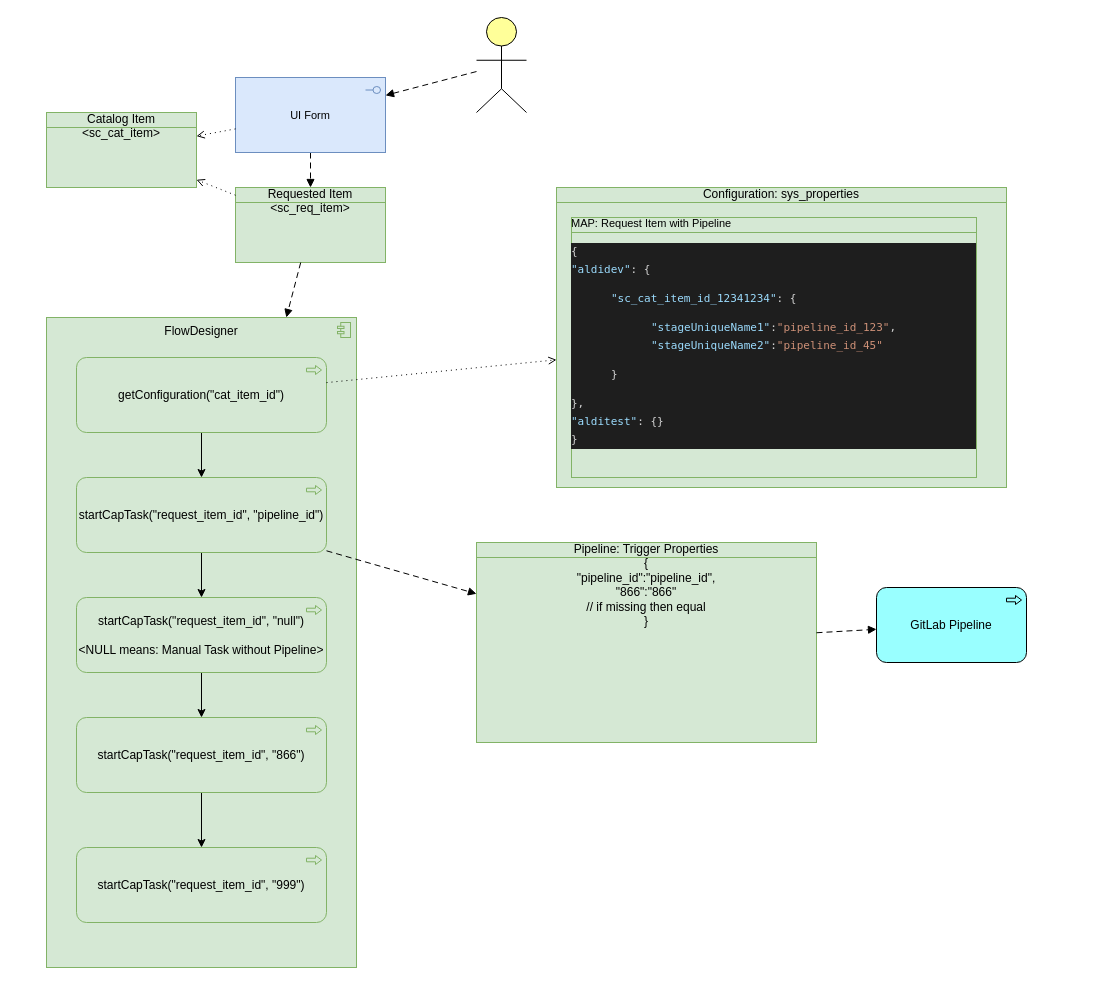
Above: aldiCap.drawio in algimas/tmp (draw.io), before the change. Source tidied: cells renumbered, new cells numbered last; positions are measured from the earlier drawing's top-left corner, leaving out a move shared by most shapes. Both pictures are drawn from the tidied source at 100%, with x=0, y=0 at pixel (46, 17).
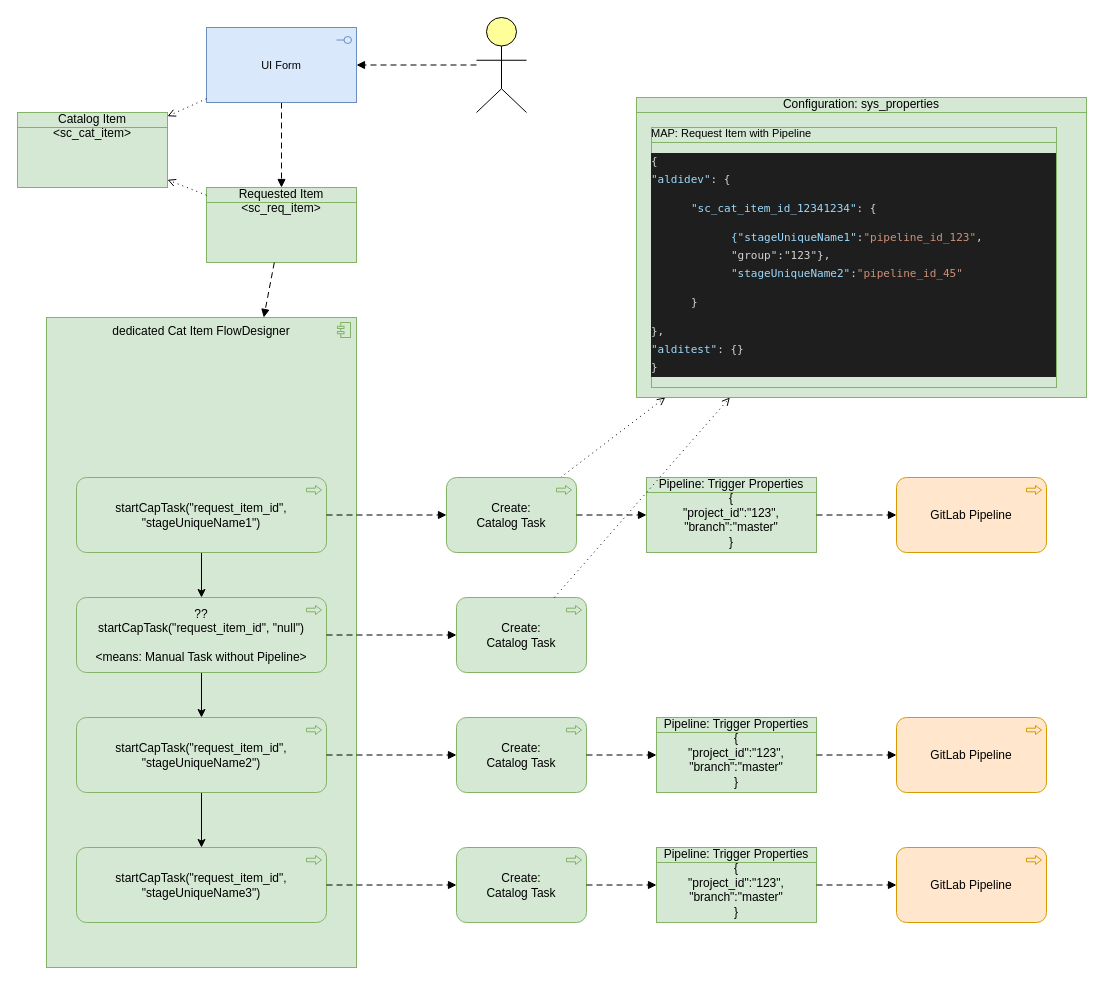
The same page after the edit.

The edit, as a diff of the source:
```diff
@@
-    <mxCell id="2" value="FlowDesigner" style="html=1;outlineConnect=0;whiteSpace=wrap;fillColor=#d5e8d4;shape=mxgraph.archimate3.application;appType=comp;archiType=square;verticalAlign=top;strokeColor=#82b366;" parent="1" vertex="1">
+    <mxCell id="2" value="dedicated Cat Item FlowDesigner" style="html=1;outlineConnect=0;whiteSpace=wrap;fillColor=#d5e8d4;shape=mxgraph.archimate3.application;appType=comp;archiType=square;verticalAlign=top;strokeColor=#82b366;" parent="1" vertex="1">
       <mxGeometry y="300" width="310" height="650" as="geometry" />
     </mxCell>
     <mxCell id="3" value="Requested Item &amp;lt;sc_req_item&amp;gt;" style="html=1;outlineConnect=0;whiteSpace=wrap;fillColor=#d5e8d4;shape=mxgraph.archimate3.businessObject;overflow=fill;strokeColor=#82b366;" parent="1" vertex="1">
-      <mxGeometry x="189" y="170" width="150" height="75" as="geometry" />
+      <mxGeometry x="160" y="170" width="150" height="75" as="geometry" />
     </mxCell>
@@
     <mxCell id="5" value="Configuration: sys_properties" style="html=1;outlineConnect=0;whiteSpace=wrap;fillColor=#d5e8d4;shape=mxgraph.archimate3.businessObject;overflow=fill;strokeColor=#82b366;" parent="1" vertex="1">
-      <mxGeometry x="510" y="170" width="450" height="300" as="geometry" />
+      <mxGeometry x="590" y="80" width="450" height="300" as="geometry" />
     </mxCell>
-    <mxCell id="6" value="&lt;div style=&quot;font-size: 11px&quot;&gt;&lt;font style=&quot;font-size: 11px&quot;&gt;MAP: Request Item with Pipeline&lt;br&gt;&lt;/font&gt;&lt;/div&gt;&lt;div style=&quot;font-size: 11px&quot;&gt;&lt;font style=&quot;font-size: 11px&quot;&gt;&lt;br&gt;&lt;/font&gt;&lt;/div&gt;&lt;div style=&quot;color: rgb(212 , 212 , 212) ; background-color: rgb(30 , 30 , 30) ; font-family: &amp;#34;menlo&amp;#34; , &amp;#34;monaco&amp;#34; , &amp;#34;courier new&amp;#34; , monospace ; font-weight: normal ; font-size: 11px ; line-height: 18px&quot;&gt;&lt;div&gt;&lt;font style=&quot;font-size: 11px&quot;&gt;&lt;span style=&quot;color: #d4d4d4&quot;&gt;{&lt;/span&gt;&lt;/font&gt;&lt;/div&gt;&lt;div&gt;&lt;font style=&quot;font-size: 11px&quot;&gt;&lt;span style=&quot;color: #d4d4d4&quot;&gt;    &lt;/span&gt;&lt;span style=&quot;color: #9cdcfe&quot;&gt;&quot;aldidev&quot;&lt;/span&gt;&lt;span style=&quot;color: #d4d4d4&quot;&gt;: {&lt;/span&gt;&lt;/font&gt;&lt;/div&gt;&lt;blockquote&gt;&lt;div&gt;&lt;font style=&quot;font-size: 11px&quot;&gt;&lt;span style=&quot;color: #d4d4d4&quot;&gt;        &lt;/span&gt;&lt;span style=&quot;color: #9cdcfe&quot;&gt;&quot;sc_cat_item_id_12341234&quot;&lt;/span&gt;&lt;span style=&quot;color: #d4d4d4&quot;&gt;: {&lt;/span&gt;&lt;/font&gt;&lt;/div&gt;&lt;blockquote&gt;&lt;div&gt;&lt;font style=&quot;font-size: 11px&quot;&gt;&lt;span style=&quot;color: #d4d4d4&quot;&gt;            &lt;/span&gt;&lt;span style=&quot;color: #9cdcfe&quot;&gt;&quot;stageUniqueName1&quot;&lt;/span&gt;&lt;span style=&quot;color: #d4d4d4&quot;&gt;:&lt;/span&gt;&lt;span style=&quot;color: #ce9178&quot;&gt;&quot;pipeline_id_123&quot;&lt;/span&gt;&lt;span style=&quot;color: #d4d4d4&quot;&gt;,&lt;/span&gt;&lt;/font&gt;&lt;/div&gt;&lt;div&gt;&lt;font style=&quot;font-size: 11px&quot;&gt;&lt;span style=&quot;color: #d4d4d4&quot;&gt;            &lt;/span&gt;&lt;span style=&quot;color: #9cdcfe&quot;&gt;&quot;stageUniqueName2&quot;&lt;/span&gt;&lt;span style=&quot;color: #d4d4d4&quot;&gt;:&lt;/span&gt;&lt;span style=&quot;color: #ce9178&quot;&gt;&quot;pipeline_id_45&quot;&lt;/span&gt;&lt;/font&gt;&lt;/div&gt;&lt;/blockquote&gt;&lt;div&gt;&lt;font style=&quot;font-size: 11px&quot;&gt;&lt;span style=&quot;color: #d4d4d4&quot;&gt;        }&lt;/span&gt;&lt;/font&gt;&lt;/div&gt;&lt;/blockquote&gt;&lt;div&gt;&lt;font style=&quot;font-size: 11px&quot;&gt;&lt;span style=&quot;color: #d4d4d4&quot;&gt;    },&lt;/span&gt;&lt;/font&gt;&lt;/div&gt;&lt;div&gt;&lt;font style=&quot;font-size: 11px&quot;&gt;&lt;span style=&quot;color: #d4d4d4&quot;&gt;    &lt;/span&gt;&lt;span style=&quot;color: #9cdcfe&quot;&gt;&quot;alditest&quot;&lt;/span&gt;&lt;span style=&quot;color: #d4d4d4&quot;&gt;: {}&lt;/span&gt;&lt;/font&gt;&lt;/div&gt;&lt;div&gt;&lt;font style=&quot;font-size: 11px&quot;&gt;&lt;span style=&quot;color: #d4d4d4&quot;&gt;}&lt;/span&gt;&lt;/font&gt;&lt;/div&gt;&lt;/div&gt;" style="html=1;fillColor=#d5e8d4;shape=mxgraph.archimate3.businessObject;overflow=fill;strokeColor=#82b366;whiteSpace=wrap;align=left;" parent="1" vertex="1">
-      <mxGeometry x="525" y="200" width="405" height="260" as="geometry" />
+    <mxCell id="6" value="&lt;div style=&quot;font-size: 11px&quot;&gt;&lt;font style=&quot;font-size: 11px&quot;&gt;MAP: Request Item with Pipeline&lt;br&gt;&lt;/font&gt;&lt;/div&gt;&lt;div style=&quot;font-size: 11px&quot;&gt;&lt;font style=&quot;font-size: 11px&quot;&gt;&lt;br&gt;&lt;/font&gt;&lt;/div&gt;&lt;div style=&quot;color: rgb(212 , 212 , 212) ; background-color: rgb(30 , 30 , 30) ; font-family: &amp;#34;menlo&amp;#34; , &amp;#34;monaco&amp;#34; , &amp;#34;courier new&amp;#34; , monospace ; font-weight: normal ; font-size: 11px ; line-height: 18px&quot;&gt;&lt;div&gt;&lt;font style=&quot;font-size: 11px&quot;&gt;&lt;span style=&quot;color: #d4d4d4&quot;&gt;{&lt;/span&gt;&lt;/font&gt;&lt;/div&gt;&lt;div&gt;&lt;font style=&quot;font-size: 11px&quot;&gt;&lt;span style=&quot;color: #d4d4d4&quot;&gt;    &lt;/span&gt;&lt;span style=&quot;color: #9cdcfe&quot;&gt;&quot;aldidev&quot;&lt;/span&gt;&lt;span style=&quot;color: #d4d4d4&quot;&gt;: {&lt;/span&gt;&lt;/font&gt;&lt;/div&gt;&lt;blockquote&gt;&lt;div&gt;&lt;font style=&quot;font-size: 11px&quot;&gt;&lt;span style=&quot;color: #d4d4d4&quot;&gt;        &lt;/span&gt;&lt;span style=&quot;color: #9cdcfe&quot;&gt;&quot;sc_cat_item_id_12341234&quot;&lt;/span&gt;&lt;span style=&quot;color: #d4d4d4&quot;&gt;: {&lt;/span&gt;&lt;/font&gt;&lt;/div&gt;&lt;blockquote&gt;&lt;div&gt;&lt;font style=&quot;font-size: 11px&quot;&gt;&lt;span style=&quot;color: #d4d4d4&quot;&gt;            &lt;/span&gt;&lt;span style=&quot;color: #9cdcfe&quot;&gt;{&quot;stageUniqueName1&quot;&lt;/span&gt;&lt;span style=&quot;color: #d4d4d4&quot;&gt;:&lt;/span&gt;&lt;span style=&quot;color: #ce9178&quot;&gt;&quot;pipeline_id_123&quot;&lt;/span&gt;&lt;span style=&quot;color: #d4d4d4&quot;&gt;, &quot;group&quot;:&quot;123&quot;},&lt;br&gt;&lt;/span&gt;&lt;/font&gt;&lt;/div&gt;&lt;div&gt;&lt;font style=&quot;font-size: 11px&quot;&gt;&lt;span style=&quot;color: #d4d4d4&quot;&gt;            &lt;/span&gt;&lt;span style=&quot;color: #9cdcfe&quot;&gt;&quot;stageUniqueName2&quot;&lt;/span&gt;&lt;span style=&quot;color: #d4d4d4&quot;&gt;:&lt;/span&gt;&lt;span style=&quot;color: #ce9178&quot;&gt;&quot;pipeline_id_45&quot;&lt;/span&gt;&lt;/font&gt;&lt;/div&gt;&lt;/blockquote&gt;&lt;div&gt;&lt;font style=&quot;font-size: 11px&quot;&gt;&lt;span style=&quot;color: #d4d4d4&quot;&gt;        }&lt;/span&gt;&lt;/font&gt;&lt;/div&gt;&lt;/blockquote&gt;&lt;div&gt;&lt;font style=&quot;font-size: 11px&quot;&gt;&lt;span style=&quot;color: #d4d4d4&quot;&gt;    },&lt;/span&gt;&lt;/font&gt;&lt;/div&gt;&lt;div&gt;&lt;font style=&quot;font-size: 11px&quot;&gt;&lt;span style=&quot;color: #d4d4d4&quot;&gt;    &lt;/span&gt;&lt;span style=&quot;color: #9cdcfe&quot;&gt;&quot;alditest&quot;&lt;/span&gt;&lt;span style=&quot;color: #d4d4d4&quot;&gt;: {}&lt;/span&gt;&lt;/font&gt;&lt;/div&gt;&lt;div&gt;&lt;font style=&quot;font-size: 11px&quot;&gt;&lt;span style=&quot;color: #d4d4d4&quot;&gt;}&lt;/span&gt;&lt;/font&gt;&lt;/div&gt;&lt;/div&gt;" style="html=1;fillColor=#d5e8d4;shape=mxgraph.archimate3.businessObject;overflow=fill;strokeColor=#82b366;whiteSpace=wrap;align=left;" parent="1" vertex="1">
+      <mxGeometry x="605" y="110" width="405" height="260" as="geometry" />
     </mxCell>
-    <mxCell id="7" value="&lt;div&gt;Pipeline: Trigger Properties &lt;br&gt;&lt;/div&gt;&lt;div&gt;{ &lt;br&gt;&lt;/div&gt;&lt;div&gt;&quot;pipeline_id&quot;:&quot;pipeline_id&quot;,&lt;br&gt;&lt;/div&gt;&lt;div&gt;&quot;866&quot;:&quot;866&quot;&lt;/div&gt;&lt;div&gt;// if missing then equal&lt;br&gt;&lt;/div&gt;&lt;div&gt;}&lt;br&gt;&lt;/div&gt;" style="html=1;outlineConnect=0;whiteSpace=wrap;fillColor=#d5e8d4;shape=mxgraph.archimate3.businessObject;overflow=fill;strokeColor=#82b366;" parent="1" vertex="1">
-      <mxGeometry x="430" y="525" width="340" height="200" as="geometry" />
+    <mxCell id="7" value="&lt;div&gt;Pipeline: Trigger Properties &lt;br&gt;&lt;/div&gt;&lt;div&gt;{&lt;/div&gt;&lt;div&gt;&quot;project_id&quot;:&quot;123&quot;,&lt;/div&gt;&lt;div&gt;&quot;branch&quot;:&quot;master&quot;&lt;br&gt;&lt;/div&gt;&lt;div&gt;}&lt;br&gt;&lt;/div&gt;" style="html=1;outlineConnect=0;whiteSpace=wrap;fillColor=#d5e8d4;shape=mxgraph.archimate3.businessObject;overflow=fill;strokeColor=#82b366;" parent="1" vertex="1">
+      <mxGeometry x="600" y="460" width="170" height="75" as="geometry" />
     </mxCell>
@@
-    <mxCell id="9" value="startCapTask(&quot;request_item_id&quot;, &quot;pipeline_id&quot;)" style="html=1;outlineConnect=0;whiteSpace=wrap;fillColor=#d5e8d4;shape=mxgraph.archimate3.application;appType=proc;archiType=rounded;strokeColor=#82b366;" parent="1" vertex="1">
+    <mxCell id="9" value="startCapTask(&quot;request_item_id&quot;, &quot;stageUniqueName1&quot;)" style="html=1;outlineConnect=0;whiteSpace=wrap;fillColor=#d5e8d4;shape=mxgraph.archimate3.application;appType=proc;archiType=rounded;strokeColor=#82b366;" parent="1" vertex="1">
       <mxGeometry x="30" y="460" width="250" height="75" as="geometry" />
     </mxCell>
@@
-    <mxCell id="11" value="&lt;div&gt;startCapTask(&quot;request_item_id&quot;, &quot;null&quot;)&lt;/div&gt;&lt;div&gt;&lt;br&gt;&lt;/div&gt;&lt;div&gt;&amp;lt;NULL means: Manual Task without Pipeline&amp;gt;&lt;br&gt;&lt;/div&gt;" style="html=1;outlineConnect=0;whiteSpace=wrap;fillColor=#d5e8d4;shape=mxgraph.archimate3.application;appType=proc;archiType=rounded;strokeColor=#82b366;" parent="1" vertex="1">
+    <mxCell id="11" value="??&lt;div&gt;startCapTask(&quot;request_item_id&quot;, &quot;null&quot;)&lt;/div&gt;&lt;div&gt;&lt;br&gt;&lt;/div&gt;&lt;div&gt;&amp;lt;means: Manual Task without Pipeline&amp;gt;&lt;br&gt;&lt;/div&gt;" style="html=1;outlineConnect=0;whiteSpace=wrap;fillColor=#d5e8d4;shape=mxgraph.archimate3.application;appType=proc;archiType=rounded;strokeColor=#82b366;" parent="1" vertex="1">
       <mxGeometry x="30" y="580" width="250" height="75" as="geometry" />
     </mxCell>
@@
-    <mxCell id="13" value="startCapTask(&quot;request_item_id&quot;, &quot;866&quot;)" style="html=1;outlineConnect=0;whiteSpace=wrap;fillColor=#d5e8d4;shape=mxgraph.archimate3.application;appType=proc;archiType=rounded;strokeColor=#82b366;" parent="1" vertex="1">
+    <mxCell id="13" value="startCapTask(&quot;request_item_id&quot;, &quot;stageUniqueName2&quot;)" style="html=1;outlineConnect=0;whiteSpace=wrap;fillColor=#d5e8d4;shape=mxgraph.archimate3.application;appType=proc;archiType=rounded;strokeColor=#82b366;" parent="1" vertex="1">
       <mxGeometry x="30" y="700" width="250" height="75" as="geometry" />
     </mxCell>
-    <mxCell id="14" value="startCapTask(&quot;request_item_id&quot;, &quot;999&quot;)" style="html=1;outlineConnect=0;whiteSpace=wrap;fillColor=#d5e8d4;shape=mxgraph.archimate3.application;appType=proc;archiType=rounded;strokeColor=#82b366;" parent="1" vertex="1">
+    <mxCell id="14" value="startCapTask(&quot;request_item_id&quot;, &quot;stageUniqueName3&quot;)" style="html=1;outlineConnect=0;whiteSpace=wrap;fillColor=#d5e8d4;shape=mxgraph.archimate3.application;appType=proc;archiType=rounded;strokeColor=#82b366;" parent="1" vertex="1">
       <mxGeometry x="30" y="830" width="250" height="75" as="geometry" />
     </mxCell>
     <mxCell id="15" value="&lt;div&gt;Catalog Item &lt;br&gt;&lt;/div&gt;&lt;div&gt;&amp;lt;sc_cat_item&amp;gt;&lt;/div&gt;" style="html=1;outlineConnect=0;whiteSpace=wrap;fillColor=#d5e8d4;shape=mxgraph.archimate3.businessObject;overflow=fill;strokeColor=#82b366;" parent="1" vertex="1">
-      <mxGeometry y="95" width="150" height="75" as="geometry" />
+      <mxGeometry x="-29" y="95" width="150" height="75" as="geometry" />
     </mxCell>
@@
-    <mxCell id="19" style="edgeStyle=none;rounded=0;jettySize=auto;html=1;fontSize=11;" parent="1" edge="1" source="20" target="9">
-      <mxGeometry relative="1" as="geometry" />
-    </mxCell>
-    <mxCell id="20" value="getConfiguration(&quot;cat_item_id&quot;)" style="html=1;outlineConnect=0;whiteSpace=wrap;fillColor=#d5e8d4;shape=mxgraph.archimate3.application;appType=proc;archiType=rounded;strokeColor=#82b366;" parent="1" vertex="1">
-      <mxGeometry x="30" y="340" width="250" height="75" as="geometry" />
-    </mxCell>
-    <mxCell id="21" value="GitLab Pipeline" style="html=1;outlineConnect=0;whiteSpace=wrap;fillColor=#99ffff;shape=mxgraph.archimate3.application;appType=proc;archiType=rounded;" parent="1" vertex="1">
-      <mxGeometry x="830" y="570" width="150" height="75" as="geometry" />
+    <mxCell id="21" value="GitLab Pipeline" style="html=1;outlineConnect=0;whiteSpace=wrap;fillColor=#ffe6cc;shape=mxgraph.archimate3.application;appType=proc;archiType=rounded;strokeColor=#d79b00;" parent="1" vertex="1">
+      <mxGeometry x="850" y="460" width="150" height="75" as="geometry" />
     </mxCell>
-    <mxCell id="22" style="html=1;endArrow=block;dashed=1;elbow=vertical;endFill=1;dashPattern=6 4;rounded=0;" parent="1" edge="1" source="9" target="7">
+    <mxCell id="22" style="html=1;endArrow=block;dashed=1;elbow=vertical;endFill=1;dashPattern=6 4;rounded=0;entryX=0;entryY=0.5;entryDx=0;entryDy=0;entryPerimeter=0;" parent="1" edge="1" source="9" target="30">
       <mxGeometry relative="1" as="geometry" />
     </mxCell>
@@
     <mxCell id="24" value="UI Form" style="html=1;outlineConnect=0;whiteSpace=wrap;fillColor=#dae8fc;shape=mxgraph.archimate3.application;appType=interface;archiType=square;fontSize=11;strokeColor=#6c8ebf;" parent="1" vertex="1">
-      <mxGeometry x="189" y="60" width="150" height="75" as="geometry" />
+      <mxGeometry x="160" y="10" width="150" height="75" as="geometry" />
     </mxCell>
@@
-    <mxCell id="27" style="html=1;endArrow=open;elbow=vertical;endFill=0;dashed=1;dashPattern=1 4;rounded=0;fontSize=11;" parent="1" edge="1" source="20" target="5">
+    <mxCell id="27" style="html=1;endArrow=open;elbow=vertical;endFill=0;dashed=1;dashPattern=1 4;rounded=0;fontSize=11;" parent="1" edge="1" source="30" target="5">
       <mxGeometry relative="1" as="geometry" />
     </mxCell>
+    <mxCell id="28" style="html=1;endArrow=block;dashed=1;elbow=vertical;endFill=1;dashPattern=6 4;rounded=0;" parent="1" edge="1" source="13" target="35">
+      <mxGeometry relative="1" as="geometry" />
+    </mxCell>
+    <mxCell id="29" style="html=1;endArrow=block;dashed=1;elbow=vertical;endFill=1;dashPattern=6 4;rounded=0;" parent="1" edge="1" source="14" target="40">
+      <mxGeometry relative="1" as="geometry" />
+    </mxCell>
+    <mxCell id="30" value="&lt;div&gt;Create: &lt;br&gt;&lt;/div&gt;&lt;div&gt;Catalog Task&lt;/div&gt;" style="html=1;outlineConnect=0;whiteSpace=wrap;fillColor=#d5e8d4;shape=mxgraph.archimate3.application;appType=proc;archiType=rounded;strokeColor=#82b366;" parent="1" vertex="1">
+      <mxGeometry x="400" y="460" width="130" height="75" as="geometry" />
+    </mxCell>
+    <mxCell id="31" style="html=1;endArrow=block;dashed=1;elbow=vertical;endFill=1;dashPattern=6 4;rounded=0;" parent="1" edge="1" source="30" target="7">
+      <mxGeometry relative="1" as="geometry" />
+    </mxCell>
+    <mxCell id="32" value="&lt;div&gt;Pipeline: Trigger Properties &lt;br&gt;&lt;/div&gt;&lt;div&gt;{&lt;/div&gt;&lt;div&gt;&quot;project_id&quot;:&quot;123&quot;,&lt;/div&gt;&lt;div&gt;&quot;branch&quot;:&quot;master&quot;&lt;br&gt;&lt;/div&gt;&lt;div&gt;}&lt;br&gt;&lt;/div&gt;" style="html=1;outlineConnect=0;whiteSpace=wrap;fillColor=#d5e8d4;shape=mxgraph.archimate3.businessObject;overflow=fill;strokeColor=#82b366;" parent="1" vertex="1">
+      <mxGeometry x="610" y="700" width="160" height="75" as="geometry" />
+    </mxCell>
+    <mxCell id="33" value="GitLab Pipeline" style="html=1;outlineConnect=0;whiteSpace=wrap;fillColor=#ffe6cc;shape=mxgraph.archimate3.application;appType=proc;archiType=rounded;strokeColor=#d79b00;" parent="1" vertex="1">
+      <mxGeometry x="850" y="700" width="150" height="75" as="geometry" />
+    </mxCell>
+    <mxCell id="34" style="html=1;endArrow=block;dashed=1;elbow=vertical;endFill=1;dashPattern=6 4;rounded=0;" parent="1" edge="1" source="32" target="33">
+      <mxGeometry relative="1" as="geometry" />
+    </mxCell>
+    <mxCell id="35" value="&lt;div&gt;Create: &lt;br&gt;&lt;/div&gt;&lt;div&gt;Catalog Task&lt;/div&gt;" style="html=1;outlineConnect=0;whiteSpace=wrap;fillColor=#d5e8d4;shape=mxgraph.archimate3.application;appType=proc;archiType=rounded;strokeColor=#82b366;" parent="1" vertex="1">
+      <mxGeometry x="410" y="700" width="130" height="75" as="geometry" />
+    </mxCell>
+    <mxCell id="36" style="html=1;endArrow=block;dashed=1;elbow=vertical;endFill=1;dashPattern=6 4;rounded=0;" parent="1" edge="1" source="35" target="32">
+      <mxGeometry relative="1" as="geometry" />
+    </mxCell>
+    <mxCell id="37" value="&lt;div&gt;Pipeline: Trigger Properties &lt;br&gt;&lt;/div&gt;&lt;div&gt;{&lt;/div&gt;&lt;div&gt;&quot;project_id&quot;:&quot;123&quot;,&lt;/div&gt;&lt;div&gt;&quot;branch&quot;:&quot;master&quot;&lt;br&gt;&lt;/div&gt;&lt;div&gt;}&lt;br&gt;&lt;/div&gt;" style="html=1;outlineConnect=0;whiteSpace=wrap;fillColor=#d5e8d4;shape=mxgraph.archimate3.businessObject;overflow=fill;strokeColor=#82b366;" parent="1" vertex="1">
+      <mxGeometry x="610" y="830" width="160" height="75" as="geometry" />
+    </mxCell>
+    <mxCell id="38" value="GitLab Pipeline" style="html=1;outlineConnect=0;whiteSpace=wrap;fillColor=#ffe6cc;shape=mxgraph.archimate3.application;appType=proc;archiType=rounded;strokeColor=#d79b00;" parent="1" vertex="1">
+      <mxGeometry x="850" y="830" width="150" height="75" as="geometry" />
+    </mxCell>
+    <mxCell id="39" style="html=1;endArrow=block;dashed=1;elbow=vertical;endFill=1;dashPattern=6 4;rounded=0;" parent="1" edge="1" source="37" target="38">
+      <mxGeometry relative="1" as="geometry" />
+    </mxCell>
+    <mxCell id="40" value="&lt;div&gt;Create: &lt;br&gt;&lt;/div&gt;&lt;div&gt;Catalog Task&lt;/div&gt;" style="html=1;outlineConnect=0;whiteSpace=wrap;fillColor=#d5e8d4;shape=mxgraph.archimate3.application;appType=proc;archiType=rounded;strokeColor=#82b366;" parent="1" vertex="1">
+      <mxGeometry x="410" y="830" width="130" height="75" as="geometry" />
+    </mxCell>
+    <mxCell id="41" style="html=1;endArrow=block;dashed=1;elbow=vertical;endFill=1;dashPattern=6 4;rounded=0;" parent="1" edge="1" source="40" target="37">
+      <mxGeometry relative="1" as="geometry" />
+    </mxCell>
+    <mxCell id="42" value="&lt;div&gt;Create: &lt;br&gt;&lt;/div&gt;&lt;div&gt;Catalog Task&lt;/div&gt;" style="html=1;outlineConnect=0;whiteSpace=wrap;fillColor=#d5e8d4;shape=mxgraph.archimate3.application;appType=proc;archiType=rounded;strokeColor=#82b366;" parent="1" vertex="1">
+      <mxGeometry x="410" y="580" width="130" height="75" as="geometry" />
+    </mxCell>
+    <mxCell id="43" style="html=1;endArrow=block;dashed=1;elbow=vertical;endFill=1;dashPattern=6 4;rounded=0;" parent="1" edge="1" source="11" target="42">
+      <mxGeometry relative="1" as="geometry" />
+    </mxCell>
+    <mxCell id="44" style="html=1;endArrow=open;elbow=vertical;endFill=0;dashed=1;dashPattern=1 4;rounded=0;fontSize=11;" parent="1" edge="1" source="42" target="5">
+      <mxGeometry relative="1" as="geometry" />
+    </mxCell>
```
